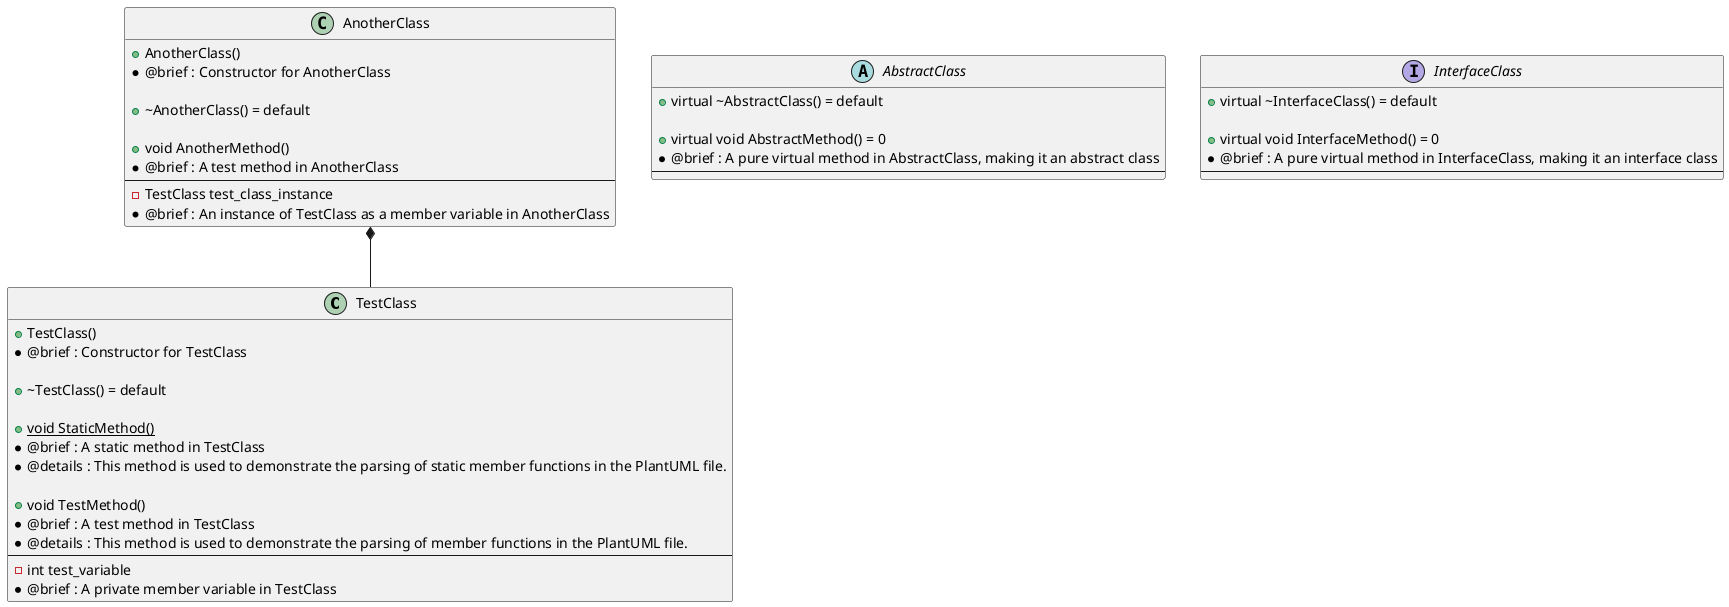
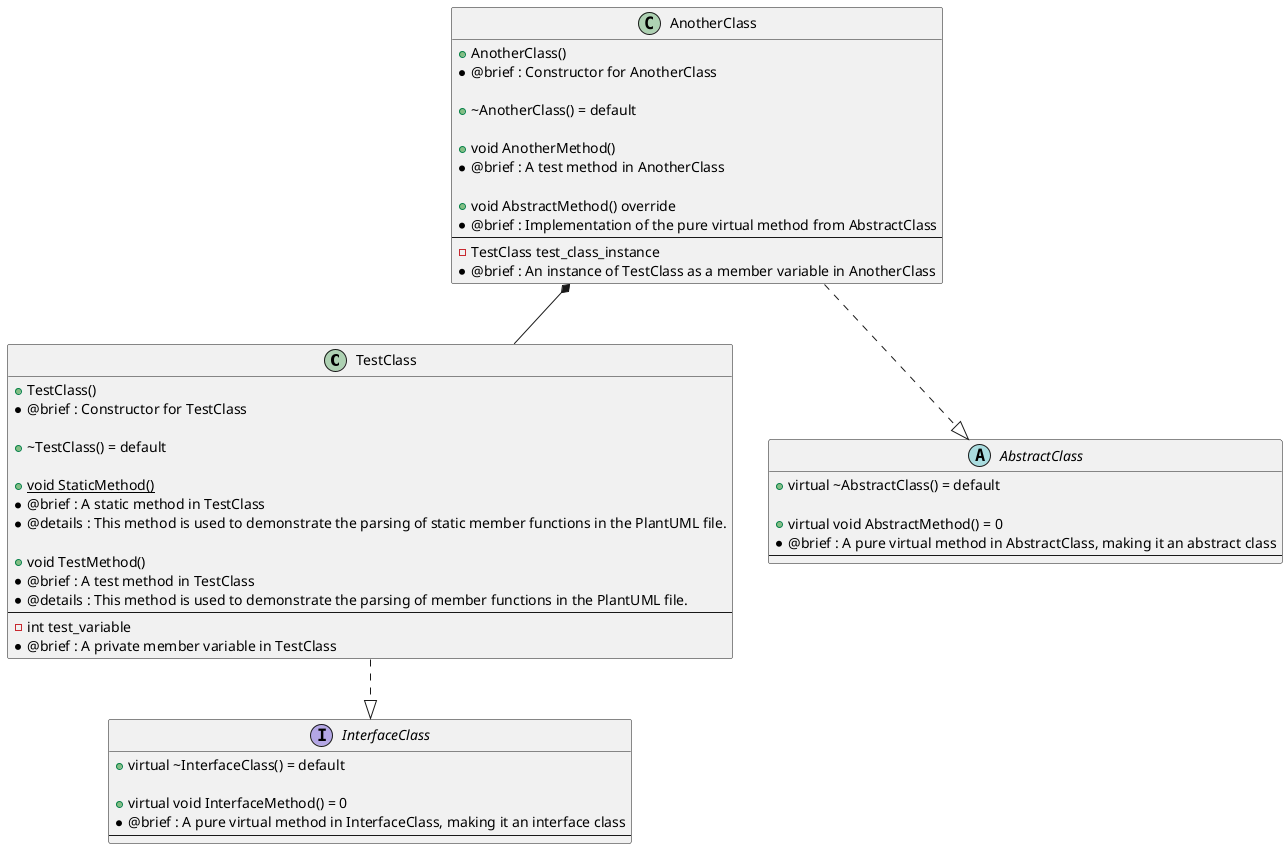
﻿@startuml

class TestClass
{
    + TestClass()
     * @brief : Constructor for TestClass

    + ~TestClass() = default

    {static} + void StaticMethod()
     * @brief : A static method in TestClass
     * @details : This method is used to demonstrate the parsing of static member functions in the PlantUML file.

    + void TestMethod()
     * @brief : A test method in TestClass
     * @details : This method is used to demonstrate the parsing of member functions in the PlantUML file.
    ---
    - int test_variable
     * @brief : A private member variable in TestClass
}
+ TestClass ..|> InterfaceClass

abstract class AbstractClass
{
    + virtual ~AbstractClass() = default

    + virtual void AbstractMethod() = 0
     * @brief : A pure virtual method in AbstractClass, making it an abstract class
    ---
}

interface InterfaceClass
{
    + virtual ~InterfaceClass() = default

    + virtual void InterfaceMethod() = 0
     * @brief : A pure virtual method in InterfaceClass, making it an interface class
    ---
}

class AnotherClass
{
    + AnotherClass()
     * @brief : Constructor for AnotherClass

    + ~AnotherClass() = default

    + void AnotherMethod()
     * @brief : A test method in AnotherClass
+ 
+     + void AbstractMethod() override
+      * @brief : Implementation of the pure virtual method from AbstractClass
    ---
    - TestClass test_class_instance
     * @brief : An instance of TestClass as a member variable in AnotherClass
}
AnotherClass *-- TestClass
+ AnotherClass ..|> AbstractClass

@enduml